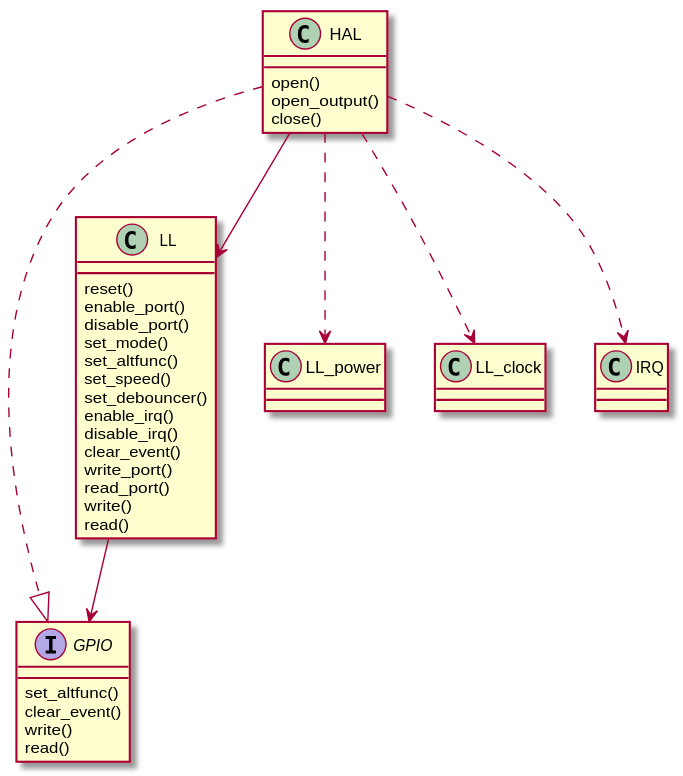
Above: docs/source/assets/images/gpio.svg in onkwon/halmcu (PlantUML), before the change.
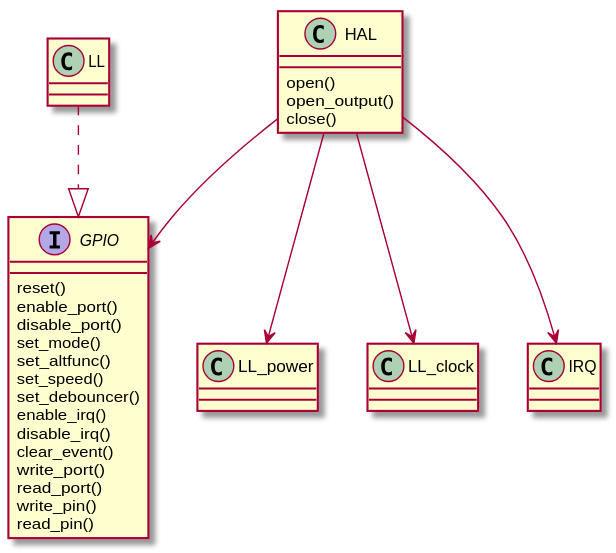
Above is the later version.

What changed in the source:
```diff
@@ -1,12 +1,5 @@
 @startuml
 interface GPIO {
-	set_altfunc()
-	clear_event()
-	write()
-	read()
-}
-
-class LL {
 	reset()
 	enable_port()
 	disable_port()
@@ -19,8 +12,8 @@
 	clear_event()
 	write_port()
 	read_port()
-	write()
-	read()
+	write_pin()
+	read_pin()
 }
 
 class HAL {
@@ -29,10 +22,9 @@
 	close()
 }
 
-HAL ..|> GPIO
-HAL --> LL
-HAL ..> LL_power
-HAL ..> LL_clock
-HAL ..> IRQ
-LL --> GPIO
+LL ..|> GPIO
+HAL --> GPIO
+HAL --> LL_power
+HAL --> LL_clock
+HAL --> IRQ
 @enduml
```
